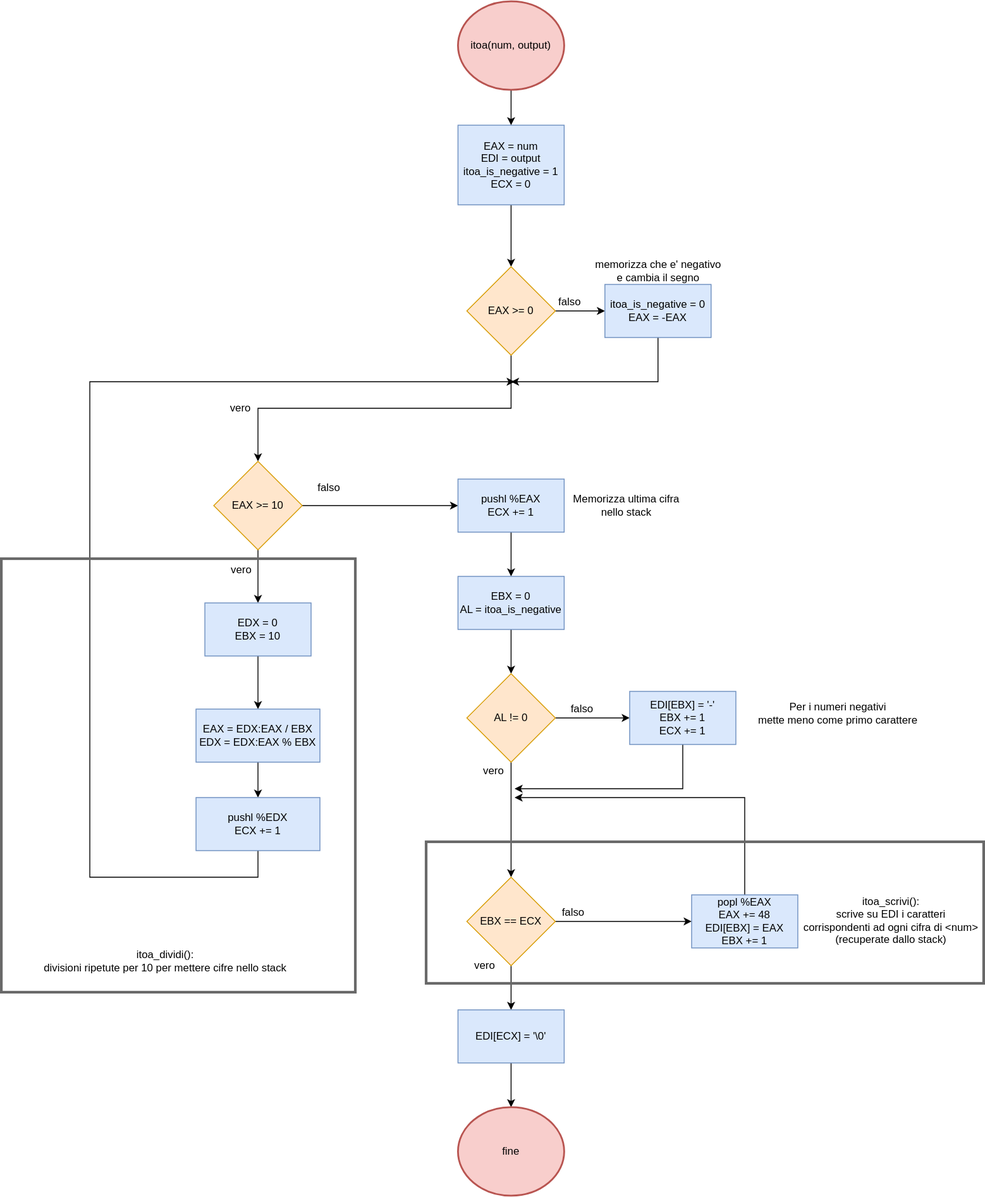
Before: assets/itoa.svg, a diagram exported from draw.io (arc6-202021/elaborato_assembly). Source tidied: cells renumbered, new cells last; positions are measured from the earlier drawing's top-left corner, leaving out a move shared by most shapes.
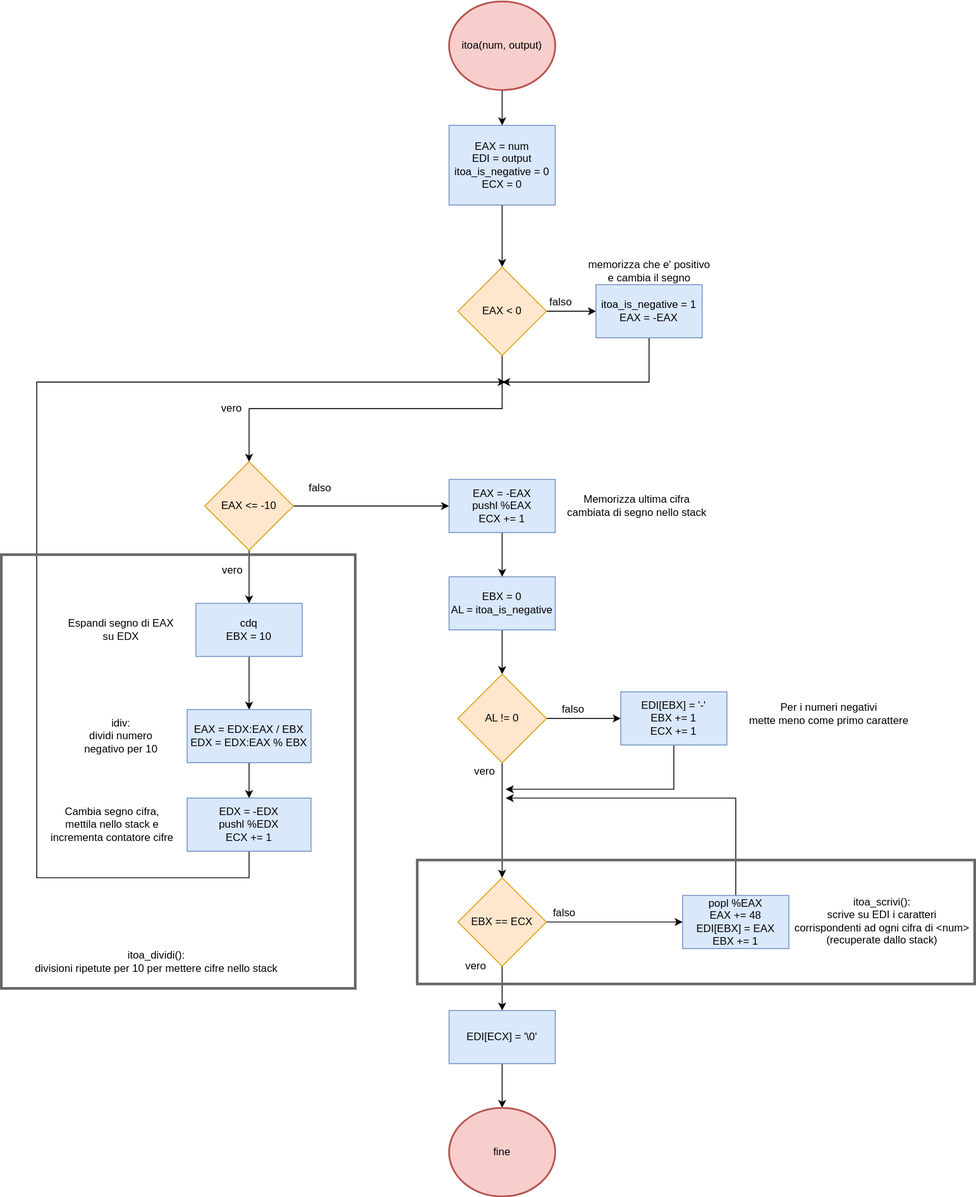
The same diagram one commit later.

Commit message:
changed flow chart itoa()

The edit, as a diff of the source:
```diff
@@ -5,7 +5,7 @@
     <mxCell id="2" style="edgeStyle=orthogonalEdgeStyle;rounded=0;jettySize=auto;html=1;exitX=0.5;exitY=1;exitDx=0;exitDy=0;entryX=0.5;entryY=0;entryDx=0;entryDy=0;" parent="1" edge="1" source="3" target="8">
       <mxGeometry relative="1" as="geometry" />
     </mxCell>
-    <mxCell id="3" value="EAX = num&lt;br&gt;EDI = output&lt;br&gt;itoa_is_negative = 1&lt;br&gt;ECX = 0" style="rounded=0;whiteSpace=wrap;html=1;fillColor=#dae8fc;strokeColor=#6c8ebf;" parent="1" vertex="1">
+    <mxCell id="3" value="EAX = num&lt;br&gt;EDI = output&lt;br&gt;itoa_is_negative = 0&lt;br&gt;ECX = 0" style="rounded=0;whiteSpace=wrap;html=1;fillColor=#dae8fc;strokeColor=#6c8ebf;" parent="1" vertex="1">
       <mxGeometry x="516" y="140" width="120" height="90" as="geometry" />
     </mxCell>
     <mxCell id="4" style="edgeStyle=orthogonalEdgeStyle;rounded=0;jettySize=auto;html=1;exitX=0.5;exitY=1;exitDx=0;exitDy=0;exitPerimeter=0;entryX=0.5;entryY=0;entryDx=0;entryDy=0;" parent="1" edge="1" source="5" target="3">
@@ -25,7 +25,7 @@
         </Array>
       </mxGeometry>
     </mxCell>
-    <mxCell id="8" value="EAX &amp;gt;= 0" style="rhombus;whiteSpace=wrap;html=1;fillColor=#ffe6cc;strokeColor=#d79b00;" parent="1" vertex="1">
+    <mxCell id="8" value="EAX &amp;lt; 0" style="rhombus;whiteSpace=wrap;html=1;fillColor=#ffe6cc;strokeColor=#d79b00;" parent="1" vertex="1">
       <mxGeometry x="526" y="300" width="100" height="100" as="geometry" />
     </mxCell>
     <mxCell id="9" value="falso" style="text;html=1;align=center;verticalAlign=middle;strokeColor=none;" parent="1" vertex="1">
@@ -43,11 +43,11 @@
         </Array>
       </mxGeometry>
     </mxCell>
-    <mxCell id="12" value="itoa_is_negative = 0&lt;br&gt;EAX = -EAX" style="rounded=0;whiteSpace=wrap;html=1;fillColor=#dae8fc;strokeColor=#6c8ebf;" parent="1" vertex="1">
+    <mxCell id="12" value="itoa_is_negative = 1&lt;br&gt;EAX = -EAX" style="rounded=0;whiteSpace=wrap;html=1;fillColor=#dae8fc;strokeColor=#6c8ebf;" parent="1" vertex="1">
       <mxGeometry x="682" y="320" width="120" height="60" as="geometry" />
     </mxCell>
-    <mxCell id="13" value="memorizza che e' negativo&lt;br&gt;e cambia il segno" style="text;html=1;align=center;verticalAlign=middle;strokeColor=none;" parent="1" vertex="1">
-      <mxGeometry x="662" y="290" width="160" height="30" as="geometry" />
+    <mxCell id="13" value="memorizza che e' positivo&lt;br&gt;e cambia il segno" style="text;html=1;align=center;verticalAlign=middle;strokeColor=none;" parent="1" vertex="1">
+      <mxGeometry x="667" y="290" width="150" height="30" as="geometry" />
     </mxCell>
     <mxCell id="14" style="edgeStyle=orthogonalEdgeStyle;rounded=0;jettySize=auto;html=1;exitX=1;exitY=0.5;exitDx=0;exitDy=0;entryX=0;entryY=0.5;entryDx=0;entryDy=0;" parent="1" edge="1" source="16" target="19">
       <mxGeometry relative="1" as="geometry" />
@@ -55,7 +55,7 @@
     <mxCell id="15" style="edgeStyle=orthogonalEdgeStyle;rounded=0;jettySize=auto;html=1;exitX=0.5;exitY=1;exitDx=0;exitDy=0;entryX=0.5;entryY=0;entryDx=0;entryDy=0;" parent="1" edge="1" source="16" target="23">
       <mxGeometry relative="1" as="geometry" />
     </mxCell>
-    <mxCell id="16" value="EAX &amp;gt;= 10" style="rhombus;whiteSpace=wrap;html=1;fillColor=#ffe6cc;strokeColor=#d79b00;" parent="1" vertex="1">
+    <mxCell id="16" value="EAX &amp;lt;= -10" style="rhombus;whiteSpace=wrap;html=1;fillColor=#ffe6cc;strokeColor=#d79b00;" parent="1" vertex="1">
       <mxGeometry x="240" y="520" width="100" height="100" as="geometry" />
     </mxCell>
     <mxCell id="17" value="falso" style="text;html=1;align=center;verticalAlign=middle;strokeColor=none;" parent="1" vertex="1">
@@ -64,7 +64,7 @@
     <mxCell id="18" style="edgeStyle=orthogonalEdgeStyle;rounded=0;jettySize=auto;html=1;exitX=0.5;exitY=1;exitDx=0;exitDy=0;entryX=0.5;entryY=0;entryDx=0;entryDy=0;" parent="1" edge="1" source="19" target="21">
       <mxGeometry relative="1" as="geometry" />
     </mxCell>
-    <mxCell id="19" value="pushl %EAX&lt;br&gt;ECX += 1" style="rounded=0;whiteSpace=wrap;html=1;fillColor=#dae8fc;strokeColor=#6c8ebf;" parent="1" vertex="1">
+    <mxCell id="19" value="EAX = -EAX&lt;br&gt;pushl %EAX&lt;br&gt;ECX += 1" style="rounded=0;whiteSpace=wrap;html=1;fillColor=#dae8fc;strokeColor=#6c8ebf;" parent="1" vertex="1">
       <mxGeometry x="516" y="540" width="120" height="60" as="geometry" />
     </mxCell>
     <mxCell id="20" style="edgeStyle=orthogonalEdgeStyle;rounded=0;jettySize=auto;html=1;exitX=0.5;exitY=1;exitDx=0;exitDy=0;entryX=0.5;entryY=0;entryDx=0;entryDy=0;" parent="1" edge="1" source="21" target="33">
@@ -76,7 +76,7 @@
     <mxCell id="22" style="edgeStyle=orthogonalEdgeStyle;rounded=0;jettySize=auto;html=1;exitX=0.5;exitY=1;exitDx=0;exitDy=0;entryX=0.5;entryY=0;entryDx=0;entryDy=0;" parent="1" edge="1" source="23" target="26">
       <mxGeometry relative="1" as="geometry" />
     </mxCell>
-    <mxCell id="23" value="EDX = 0&lt;br&gt;EBX = 10" style="rounded=0;whiteSpace=wrap;html=1;fillColor=#dae8fc;strokeColor=#6c8ebf;" parent="1" vertex="1">
+    <mxCell id="23" value="cdq&lt;br&gt;EBX = 10" style="rounded=0;whiteSpace=wrap;html=1;fillColor=#dae8fc;strokeColor=#6c8ebf;" parent="1" vertex="1">
       <mxGeometry x="230" y="680" width="120" height="60" as="geometry" />
     </mxCell>
     <mxCell id="24" value="vero" style="text;html=1;align=center;verticalAlign=middle;strokeColor=none;" parent="1" vertex="1">
@@ -93,16 +93,16 @@
         <mxPoint x="580" y="430" as="targetPoint" />
         <Array as="points">
           <mxPoint x="290" y="990" />
-          <mxPoint x="100" y="990" />
-          <mxPoint x="100" y="430" />
+          <mxPoint x="50" y="990" />
+          <mxPoint x="50" y="430" />
         </Array>
       </mxGeometry>
     </mxCell>
-    <mxCell id="28" value="pushl %EDX&lt;br&gt;ECX += 1" style="rounded=0;whiteSpace=wrap;html=1;fillColor=#dae8fc;strokeColor=#6c8ebf;" parent="1" vertex="1">
+    <mxCell id="28" value="EDX = -EDX&lt;br&gt;pushl %EDX&lt;br&gt;ECX += 1" style="rounded=0;whiteSpace=wrap;html=1;fillColor=#dae8fc;strokeColor=#6c8ebf;" parent="1" vertex="1">
       <mxGeometry x="220" y="900" width="140" height="60" as="geometry" />
     </mxCell>
     <mxCell id="29" style="whiteSpace=wrap;html=1;fillColor=none;strokeColor=#696969;strokeWidth=3;" parent="1" vertex="1">
-      <mxGeometry y="630" width="400" height="490" as="geometry" />
+      <mxGeometry x="10" y="625" width="400" height="490" as="geometry" />
     </mxCell>
     <mxCell id="30" value="itoa_dividi():&lt;br&gt;divisioni ripetute per 10 per mettere cifre nello stack" style="text;html=1;align=center;verticalAlign=middle;strokeColor=none;" parent="1" vertex="1">
       <mxGeometry x="40" y="1070" width="290" height="30" as="geometry" />
@@ -172,13 +172,22 @@
       <mxGeometry x="900" y="1009" width="210" height="60" as="geometry" />
     </mxCell>
     <mxCell id="49" style="whiteSpace=wrap;html=1;fillColor=none;strokeColor=#696969;strokeWidth=3;" parent="1" vertex="1">
-      <mxGeometry x="480" y="950" width="630" height="160" as="geometry" />
+      <mxGeometry x="480" y="970" width="630" height="140" as="geometry" />
     </mxCell>
     <mxCell id="50" value="Per i numeri negativi&lt;br&gt;mette meno come primo carattere" style="text;html=1;align=center;verticalAlign=middle;strokeColor=none;" parent="1" vertex="1">
       <mxGeometry x="845" y="790" width="200" height="30" as="geometry" />
     </mxCell>
-    <mxCell id="51" value="Memorizza ultima cifra&lt;br&gt;nello stack" style="text;html=1;align=center;verticalAlign=middle;strokeColor=none;" parent="1" vertex="1">
-      <mxGeometry x="636" y="555" width="140" height="30" as="geometry" />
+    <mxCell id="51" value="Memorizza ultima cifra&lt;br&gt;cambiata di segno nello stack" style="text;html=1;align=center;verticalAlign=middle;strokeColor=none;" parent="1" vertex="1">
+      <mxGeometry x="643" y="555" width="170" height="30" as="geometry" />
     </mxCell>
+    <mxCell id="52" value="Espandi segno di EAX &lt;br&gt;su EDX" style="text;html=1;align=center;verticalAlign=middle;strokeColor=none;" parent="1" vertex="1">
+      <mxGeometry x="80" y="695" width="130" height="30" as="geometry" />
+    </mxCell>
+    <mxCell id="53" value="idiv: &lt;br&gt;dividi numero &lt;br&gt;negativo per 10" style="text;html=1;align=center;verticalAlign=middle;strokeColor=none;" parent="1" vertex="1">
+      <mxGeometry x="95" y="805" width="100" height="50" as="geometry" />
+    </mxCell>
+    <mxCell id="54" value="Cambia segno cifra,&lt;br&gt;mettila nello stack e&lt;br&gt;incrementa contatore cifre" style="text;html=1;align=center;verticalAlign=middle;strokeColor=none;" parent="1" vertex="1">
+      <mxGeometry x="60" y="905" width="150" height="50" as="geometry" />
+    </mxCell>
   </root>
 </mxGraphModel>
```
